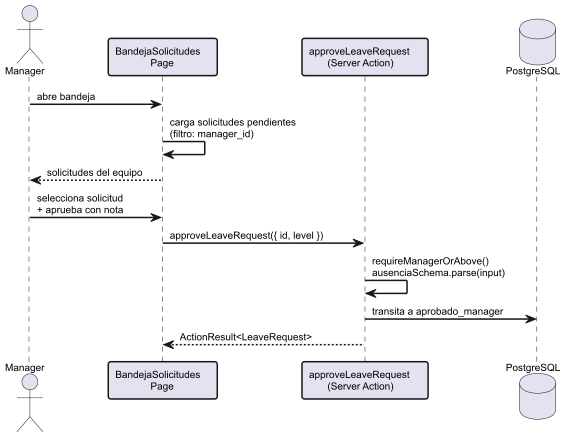
Before: modelosUML/png/seqGestionarSolicitud.png, a diagram exported from PlantUML (lostal/seven-suite). Its source is kept beside it as modelosUML/puml/seqGestionarSolicitud.puml.
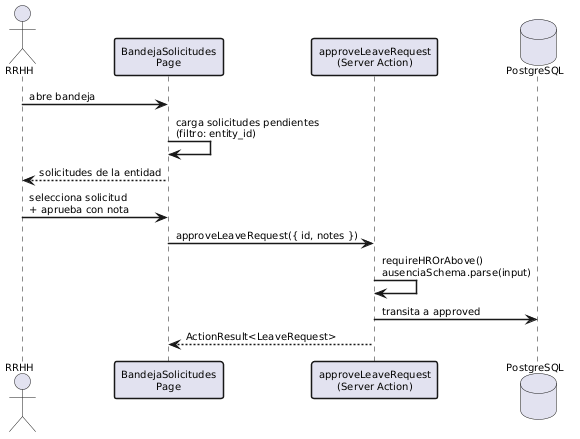
After the change.

What changed in the source:
```diff
@@ -1,4 +1,6 @@
 @startuml seqGestionarSolicitud
+
+skinparam backgroundColor #FFFFFF
 skinparam linetype polyline
 skinparam defaultFontName Arial
 skinparam defaultFontSize 10
@@ -6,24 +8,24 @@
 skinparam participantBorderThickness 1.5
 skinparam shadowing false
 
-actor Manager as M
+actor RRHH as R
 participant "BandejaSolicitudes\nPage" as Page
 participant "approveLeaveRequest\n(Server Action)" as Action
 database "PostgreSQL" as DB
 
-M -> Page: abre bandeja
+R -> Page: abre bandeja
 
-Page -> Page: carga solicitudes pendientes\n(filtro: manager_id)
+Page -> Page: carga solicitudes pendientes\n(filtro: entity_id)
 
-Page --> M: solicitudes del equipo
+Page --> R: solicitudes de la entidad
 
-M -> Page: selecciona solicitud\n+ aprueba con nota
+R -> Page: selecciona solicitud\n+ aprueba con nota
 
-Page -> Action: approveLeaveRequest({ id, level })
+Page -> Action: approveLeaveRequest({ id, notes })
 
-Action -> Action: requireManagerOrAbove()\nausenciaSchema.parse(input)
+Action -> Action: requireHROrAbove()\nausenciaSchema.parse(input)
 
-Action -> DB: transita a aprobado_manager
+Action -> DB: transita a approved
 
 Action --> Page: ActionResult<LeaveRequest>
 
```
